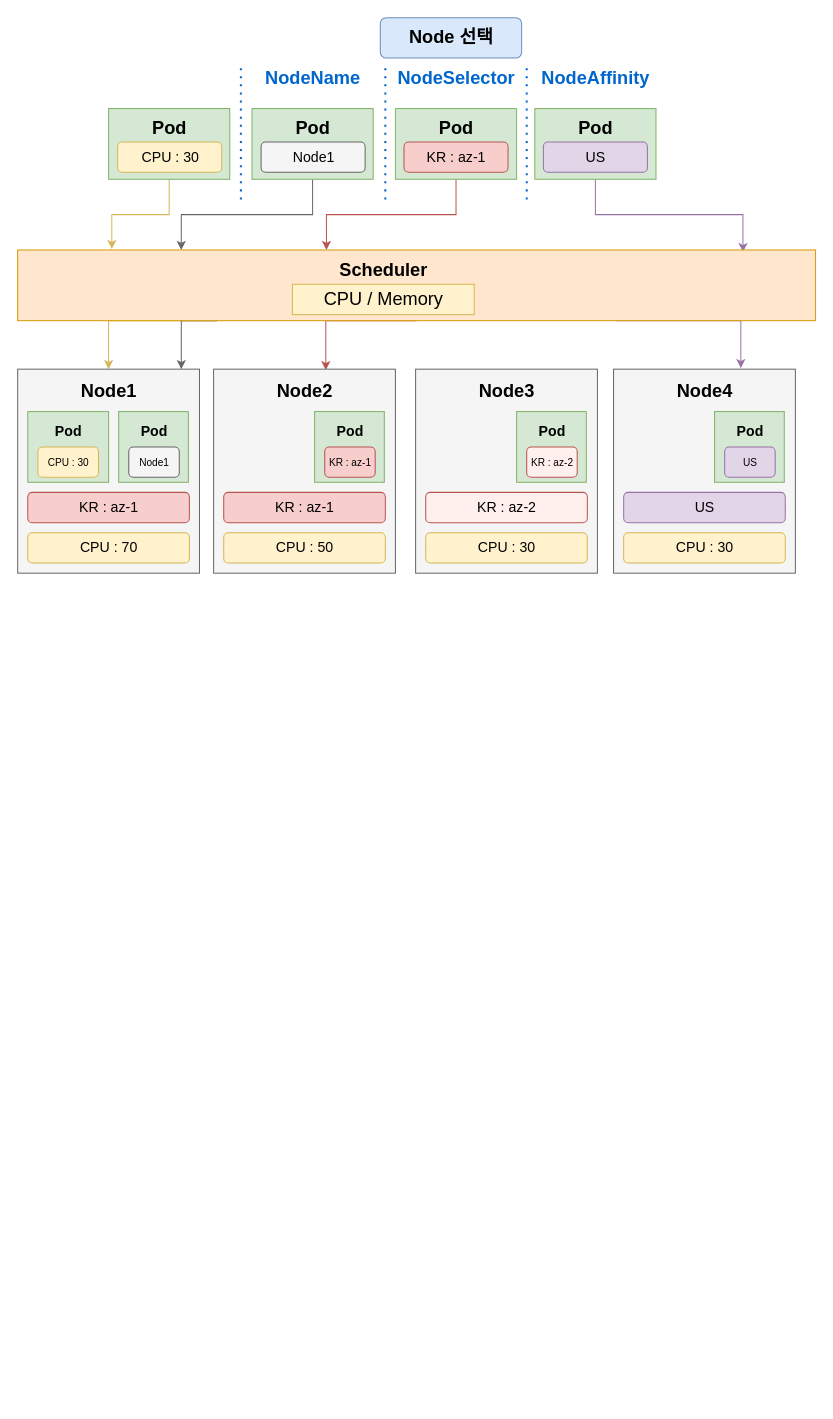
parkwonseok/Algorithm keeps this draw.io diagram as Untitled Diagram.drawio. Above is the earlier version. Source tidied: cells renumbered, new cells numbered last; positions are measured from the earlier drawing's top-left corner, leaving out a move shared by most shapes. Both pictures are drawn from the tidied source at 101%, with x=0, y=0 at pixel (17, 17).
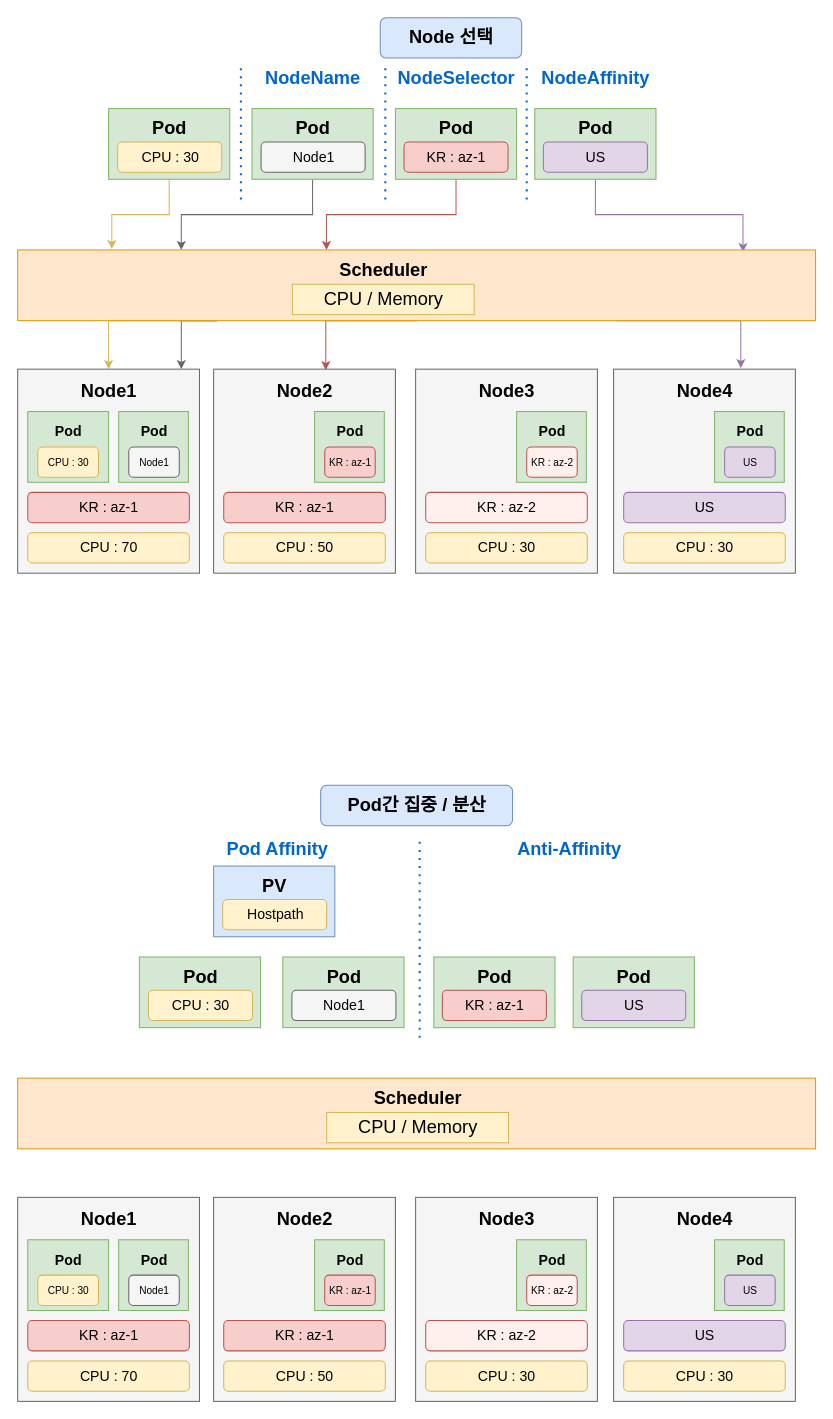
After the change.

Diff of the diagram source:
```diff
@@
+    <mxCell id="82" style="rounded=1;whiteSpace=wrap;html=1;fontSize=24;fillColor=#dae8fc;strokeColor=#6c8ebf;" parent="1" vertex="1">
+      <mxGeometry x="300" y="760" width="190" height="40" as="geometry" />
+    </mxCell>
+    <mxCell id="83" value="&lt;font color=&quot;#0066cc&quot;&gt;&lt;span style=&quot;font-size: 18px&quot;&gt;&lt;b&gt;Pod Affinity&lt;/b&gt;&lt;/span&gt;&lt;/font&gt;" style="text;html=1;align=center;verticalAlign=middle;fillColor=none;strokeColor=none;rounded=0;" parent="1" vertex="1">
+      <mxGeometry x="197" y="814" width="120" height="20" as="geometry" />
+    </mxCell>
+    <mxCell id="84" value="&lt;b&gt;&lt;font style=&quot;font-size: 18px&quot; color=&quot;#0066cc&quot;&gt;Anti-Affinity&lt;/font&gt;&lt;/b&gt;" style="text;html=1;align=center;verticalAlign=middle;fillColor=none;strokeColor=none;rounded=0;" parent="1" vertex="1">
+      <mxGeometry x="485.5" y="814" width="120" height="20" as="geometry" />
+    </mxCell>
+    <mxCell id="85" style="endArrow=none;dashed=1;html=1;dashPattern=1 3;strokeWidth=2;rounded=0;fontSize=18;fontColor=#0066CC;strokeColor=#0066CC;" parent="1" edge="1">
+      <mxGeometry relative="1" as="geometry">
+        <mxPoint x="398" y="1010" as="sourcePoint" />
+        <mxPoint x="398" y="810" as="targetPoint" />
+      </mxGeometry>
+    </mxCell>
+    <mxCell id="86" style="rounded=0;whiteSpace=wrap;html=1;fontSize=18;fillColor=#d5e8d4;strokeColor=#82b366;" parent="1" vertex="1">
+      <mxGeometry x="412" y="930" width="120" height="70" as="geometry" />
+    </mxCell>
+    <mxCell id="87" style="rounded=0;whiteSpace=wrap;html=1;fontSize=18;fillColor=#d5e8d4;strokeColor=#82b366;" parent="1" vertex="1">
+      <mxGeometry x="262.5" y="930" width="120" height="70" as="geometry" />
+    </mxCell>
+    <mxCell id="88" style="rounded=0;whiteSpace=wrap;html=1;fontSize=18;fillColor=#d5e8d4;strokeColor=#82b366;" parent="1" vertex="1">
+      <mxGeometry x="550" y="930" width="120" height="70" as="geometry" />
+    </mxCell>
+    <mxCell id="89" value="&lt;b&gt;&lt;font style=&quot;font-size: 18px&quot;&gt;Pod&lt;/font&gt;&lt;/b&gt;" style="text;html=1;align=center;verticalAlign=middle;fillColor=none;strokeColor=none;rounded=0;" parent="1" vertex="1">
+      <mxGeometry x="447" y="940" width="50" height="20" as="geometry" />
+    </mxCell>
+    <mxCell id="90" value="&lt;b&gt;&lt;font style=&quot;font-size: 18px&quot;&gt;Pod&lt;/font&gt;&lt;/b&gt;" style="text;html=1;align=center;verticalAlign=middle;fillColor=none;strokeColor=none;rounded=0;" parent="1" vertex="1">
+      <mxGeometry x="297.5" y="940" width="50" height="20" as="geometry" />
+    </mxCell>
+    <mxCell id="91" value="&lt;b&gt;&lt;font style=&quot;font-size: 18px&quot;&gt;Pod&lt;/font&gt;&lt;/b&gt;" style="text;html=1;align=center;verticalAlign=middle;fillColor=none;strokeColor=none;rounded=0;" parent="1" vertex="1">
+      <mxGeometry x="585" y="940" width="50" height="20" as="geometry" />
+    </mxCell>
+    <mxCell id="92" value="&lt;span style=&quot;font-size: 18px&quot;&gt;&lt;b&gt;Pod간 집중 / 분산&lt;/b&gt;&lt;/span&gt;" style="text;html=1;align=center;verticalAlign=middle;fillColor=none;strokeColor=none;rounded=0;" parent="1" vertex="1">
+      <mxGeometry x="315" y="770" width="160" height="20" as="geometry" />
+    </mxCell>
+    <mxCell id="93" style="rounded=0;whiteSpace=wrap;html=1;fontSize=18;fillColor=#ffe6cc;strokeColor=#d79b00;" parent="1" vertex="1">
+      <mxGeometry y="1050" width="790" height="70" as="geometry" />
+    </mxCell>
+    <mxCell id="94" value="&lt;b&gt;&lt;font style=&quot;font-size: 18px&quot;&gt;Scheduler&lt;/font&gt;&lt;/b&gt;" style="text;html=1;align=center;verticalAlign=middle;fillColor=none;strokeColor=none;rounded=0;" parent="1" vertex="1">
+      <mxGeometry x="346" y="1060" width="100" height="20" as="geometry" />
+    </mxCell>
+    <mxCell id="95" style="rounded=0;whiteSpace=wrap;html=1;fontSize=18;fillColor=#fff2cc;strokeColor=#d6b656;" parent="1" vertex="1">
+      <mxGeometry x="306" y="1084" width="180" height="30" as="geometry" />
+    </mxCell>
+    <mxCell id="96" value="&lt;font style=&quot;font-size: 18px&quot;&gt;CPU / Memory&lt;/font&gt;" style="text;html=1;align=center;verticalAlign=middle;fillColor=none;strokeColor=none;rounded=0;" parent="1" vertex="1">
+      <mxGeometry x="331" y="1089" width="130" height="20" as="geometry" />
+    </mxCell>
+    <mxCell id="97" style="rounded=0;whiteSpace=wrap;html=1;fontSize=18;fontColor=#333333;fillColor=#f5f5f5;strokeColor=#666666;" parent="1" vertex="1">
+      <mxGeometry y="1168" width="180" height="202" as="geometry" />
+    </mxCell>
+    <mxCell id="98" value="&lt;b&gt;&lt;font style=&quot;font-size: 18px&quot;&gt;Node1&lt;/font&gt;&lt;/b&gt;" style="text;html=1;align=center;verticalAlign=middle;fillColor=none;strokeColor=none;rounded=0;" parent="1" vertex="1">
+      <mxGeometry x="55" y="1180" width="70" height="20" as="geometry" />
+    </mxCell>
+    <mxCell id="99" style="rounded=1;whiteSpace=wrap;html=1;fontSize=18;fillColor=#f5f5f5;strokeColor=#666666;fontColor=#333333;" parent="1" vertex="1">
+      <mxGeometry x="271.5" y="963" width="103" height="30" as="geometry" />
+    </mxCell>
+    <mxCell id="100" value="&lt;font style=&quot;font-size: 14px&quot;&gt;Node1&lt;/font&gt;" style="text;html=1;align=center;verticalAlign=middle;fillColor=none;strokeColor=none;rounded=0;" parent="1" vertex="1">
+      <mxGeometry x="293" y="968" width="60" height="20" as="geometry" />
+    </mxCell>
+    <mxCell id="101" style="rounded=1;whiteSpace=wrap;html=1;fontSize=18;fillColor=#f8cecc;strokeColor=#b85450;" parent="1" vertex="1">
+      <mxGeometry x="420.5" y="963" width="103" height="30" as="geometry" />
+    </mxCell>
+    <mxCell id="102" value="&lt;font style=&quot;font-size: 14px&quot;&gt;KR : az-1&lt;/font&gt;" style="text;html=1;align=center;verticalAlign=middle;fillColor=none;strokeColor=none;rounded=0;" parent="1" vertex="1">
+      <mxGeometry x="437" y="968" width="70" height="20" as="geometry" />
+    </mxCell>
+    <mxCell id="103" style="rounded=1;whiteSpace=wrap;html=1;fontSize=18;fillColor=#e1d5e7;strokeColor=#9673a6;" parent="1" vertex="1">
+      <mxGeometry x="558.5" y="963" width="103" height="30" as="geometry" />
+    </mxCell>
+    <mxCell id="104" value="&lt;font style=&quot;font-size: 14px&quot;&gt;US&lt;/font&gt;" style="text;html=1;align=center;verticalAlign=middle;fillColor=none;strokeColor=none;rounded=0;" parent="1" vertex="1">
+      <mxGeometry x="595" y="968" width="30" height="20" as="geometry" />
+    </mxCell>
+    <mxCell id="105" style="rounded=0;whiteSpace=wrap;html=1;fontSize=18;fillColor=#d5e8d4;strokeColor=#82b366;" parent="1" vertex="1">
+      <mxGeometry x="100" y="1210" width="69" height="70" as="geometry" />
+    </mxCell>
+    <mxCell id="106" value="&lt;b&gt;&lt;font style=&quot;font-size: 14px&quot;&gt;Pod&lt;/font&gt;&lt;/b&gt;" style="text;html=1;align=center;verticalAlign=middle;fillColor=none;strokeColor=none;rounded=0;" parent="1" vertex="1">
+      <mxGeometry x="115" y="1220" width="40" height="20" as="geometry" />
+    </mxCell>
+    <mxCell id="107" style="rounded=1;whiteSpace=wrap;html=1;fontSize=18;fillColor=#f5f5f5;strokeColor=#666666;fontColor=#333333;" parent="1" vertex="1">
+      <mxGeometry x="110" y="1245" width="50" height="30" as="geometry" />
+    </mxCell>
+    <mxCell id="108" value="&lt;font style=&quot;font-size: 10px&quot;&gt;Node1&lt;/font&gt;" style="text;html=1;align=center;verticalAlign=middle;fillColor=none;strokeColor=none;rounded=0;" parent="1" vertex="1">
+      <mxGeometry x="115" y="1250" width="40" height="20" as="geometry" />
+    </mxCell>
+    <mxCell id="109" style="rounded=1;whiteSpace=wrap;html=1;fontSize=18;fillColor=#f8cecc;strokeColor=#b85450;" parent="1" vertex="1">
+      <mxGeometry x="10" y="1290" width="160" height="30" as="geometry" />
+    </mxCell>
+    <mxCell id="110" value="&lt;font style=&quot;font-size: 14px&quot;&gt;KR : az-1&lt;/font&gt;" style="text;html=1;align=center;verticalAlign=middle;fillColor=none;strokeColor=none;rounded=0;" parent="1" vertex="1">
+      <mxGeometry x="55" y="1295" width="70" height="20" as="geometry" />
+    </mxCell>
+    <mxCell id="111" style="rounded=0;whiteSpace=wrap;html=1;fontSize=18;fillColor=#d5e8d4;strokeColor=#82b366;" parent="1" vertex="1">
+      <mxGeometry x="120.5" y="930" width="120" height="70" as="geometry" />
+    </mxCell>
+    <mxCell id="112" value="&lt;b&gt;&lt;font style=&quot;font-size: 18px&quot;&gt;Pod&lt;/font&gt;&lt;/b&gt;" style="text;html=1;align=center;verticalAlign=middle;fillColor=none;strokeColor=none;rounded=0;" parent="1" vertex="1">
+      <mxGeometry x="155.5" y="940" width="50" height="20" as="geometry" />
+    </mxCell>
+    <mxCell id="113" style="rounded=1;whiteSpace=wrap;html=1;fontSize=18;fillColor=#fff2cc;strokeColor=#d6b656;" parent="1" vertex="1">
+      <mxGeometry x="129.5" y="963" width="103" height="30" as="geometry" />
+    </mxCell>
+    <mxCell id="114" value="&lt;font style=&quot;font-size: 14px&quot;&gt;CPU : 30&lt;/font&gt;" style="text;html=1;align=center;verticalAlign=middle;fillColor=none;strokeColor=none;rounded=0;" parent="1" vertex="1">
+      <mxGeometry x="146" y="968" width="70" height="20" as="geometry" />
+    </mxCell>
+    <mxCell id="115" style="rounded=1;whiteSpace=wrap;html=1;fontSize=18;fillColor=#fff2cc;strokeColor=#d6b656;" parent="1" vertex="1">
+      <mxGeometry x="10" y="1330" width="160" height="30" as="geometry" />
+    </mxCell>
+    <mxCell id="116" value="&lt;font style=&quot;font-size: 14px&quot;&gt;CPU : 70&lt;/font&gt;" style="text;html=1;align=center;verticalAlign=middle;fillColor=none;strokeColor=none;rounded=0;" parent="1" vertex="1">
+      <mxGeometry x="55" y="1335" width="70" height="20" as="geometry" />
+    </mxCell>
+    <mxCell id="117" style="rounded=0;whiteSpace=wrap;html=1;fontSize=18;fillColor=#d5e8d4;strokeColor=#82b366;" parent="1" vertex="1">
+      <mxGeometry x="10" y="1210" width="80" height="70" as="geometry" />
+    </mxCell>
+    <mxCell id="118" value="&lt;b&gt;&lt;font style=&quot;font-size: 14px&quot;&gt;Pod&lt;/font&gt;&lt;/b&gt;" style="text;html=1;align=center;verticalAlign=middle;fillColor=none;strokeColor=none;rounded=0;" parent="1" vertex="1">
+      <mxGeometry x="30" y="1220" width="40" height="20" as="geometry" />
+    </mxCell>
+    <mxCell id="119" style="rounded=1;whiteSpace=wrap;html=1;fontSize=18;fillColor=#fff2cc;strokeColor=#d6b656;" parent="1" vertex="1">
+      <mxGeometry x="20" y="1245" width="60" height="30" as="geometry" />
+    </mxCell>
+    <mxCell id="120" value="&lt;font style=&quot;font-size: 10px&quot;&gt;CPU : 30&lt;/font&gt;" style="text;html=1;align=center;verticalAlign=middle;fillColor=none;strokeColor=none;rounded=0;" parent="1" vertex="1">
+      <mxGeometry x="20" y="1250" width="60" height="20" as="geometry" />
+    </mxCell>
+    <mxCell id="121" style="rounded=0;whiteSpace=wrap;html=1;fontSize=18;fontColor=#333333;fillColor=#f5f5f5;strokeColor=#666666;" parent="1" vertex="1">
+      <mxGeometry x="194" y="1168" width="180" height="202" as="geometry" />
+    </mxCell>
+    <mxCell id="122" value="&lt;b&gt;&lt;font style=&quot;font-size: 18px&quot;&gt;Node2&lt;/font&gt;&lt;/b&gt;" style="text;html=1;align=center;verticalAlign=middle;fillColor=none;strokeColor=none;rounded=0;" parent="1" vertex="1">
+      <mxGeometry x="249" y="1180" width="70" height="20" as="geometry" />
+    </mxCell>
+    <mxCell id="123" style="rounded=0;whiteSpace=wrap;html=1;fontSize=18;fillColor=#d5e8d4;strokeColor=#82b366;" parent="1" vertex="1">
+      <mxGeometry x="294" y="1210" width="69" height="70" as="geometry" />
+    </mxCell>
+    <mxCell id="124" value="&lt;b&gt;&lt;font style=&quot;font-size: 14px&quot;&gt;Pod&lt;/font&gt;&lt;/b&gt;" style="text;html=1;align=center;verticalAlign=middle;fillColor=none;strokeColor=none;rounded=0;" parent="1" vertex="1">
+      <mxGeometry x="309" y="1220" width="40" height="20" as="geometry" />
+    </mxCell>
+    <mxCell id="125" style="rounded=1;whiteSpace=wrap;html=1;fontSize=18;fillColor=#f8cecc;strokeColor=#b85450;" parent="1" vertex="1">
+      <mxGeometry x="304" y="1245" width="50" height="30" as="geometry" />
+    </mxCell>
+    <mxCell id="126" value="&lt;font style=&quot;font-size: 10px&quot;&gt;KR : az-1&lt;/font&gt;" style="text;html=1;align=center;verticalAlign=middle;fillColor=none;strokeColor=none;rounded=0;" parent="1" vertex="1">
+      <mxGeometry x="299" y="1250" width="60" height="20" as="geometry" />
+    </mxCell>
+    <mxCell id="127" style="rounded=1;whiteSpace=wrap;html=1;fontSize=18;fillColor=#f8cecc;strokeColor=#b85450;" parent="1" vertex="1">
+      <mxGeometry x="204" y="1290" width="160" height="30" as="geometry" />
+    </mxCell>
+    <mxCell id="128" value="&lt;font style=&quot;font-size: 14px&quot;&gt;KR : az-1&lt;/font&gt;" style="text;html=1;align=center;verticalAlign=middle;fillColor=none;strokeColor=none;rounded=0;" parent="1" vertex="1">
+      <mxGeometry x="249" y="1295" width="70" height="20" as="geometry" />
+    </mxCell>
+    <mxCell id="129" style="rounded=1;whiteSpace=wrap;html=1;fontSize=18;fillColor=#fff2cc;strokeColor=#d6b656;" parent="1" vertex="1">
+      <mxGeometry x="204" y="1330" width="160" height="30" as="geometry" />
+    </mxCell>
+    <mxCell id="130" value="&lt;font style=&quot;font-size: 14px&quot;&gt;CPU : 50&lt;/font&gt;" style="text;html=1;align=center;verticalAlign=middle;fillColor=none;strokeColor=none;rounded=0;" parent="1" vertex="1">
+      <mxGeometry x="249" y="1335" width="70" height="20" as="geometry" />
+    </mxCell>
+    <mxCell id="131" style="rounded=0;whiteSpace=wrap;html=1;fontSize=18;fontColor=#333333;fillColor=#f5f5f5;strokeColor=#666666;" parent="1" vertex="1">
+      <mxGeometry x="394" y="1168" width="180" height="202" as="geometry" />
+    </mxCell>
+    <mxCell id="132" value="&lt;b&gt;&lt;font style=&quot;font-size: 18px&quot;&gt;Node3&lt;/font&gt;&lt;/b&gt;" style="text;html=1;align=center;verticalAlign=middle;fillColor=none;strokeColor=none;rounded=0;" parent="1" vertex="1">
+      <mxGeometry x="449" y="1180" width="70" height="20" as="geometry" />
+    </mxCell>
+    <mxCell id="133" style="rounded=0;whiteSpace=wrap;html=1;fontSize=18;fillColor=#d5e8d4;strokeColor=#82b366;" parent="1" vertex="1">
+      <mxGeometry x="494" y="1210" width="69" height="70" as="geometry" />
+    </mxCell>
+    <mxCell id="134" value="&lt;b&gt;&lt;font style=&quot;font-size: 14px&quot;&gt;Pod&lt;/font&gt;&lt;/b&gt;" style="text;html=1;align=center;verticalAlign=middle;fillColor=none;strokeColor=none;rounded=0;" parent="1" vertex="1">
+      <mxGeometry x="509" y="1220" width="40" height="20" as="geometry" />
+    </mxCell>
+    <mxCell id="135" style="rounded=1;whiteSpace=wrap;html=1;fontSize=18;fillColor=#FFEFED;strokeColor=#b85450;" parent="1" vertex="1">
+      <mxGeometry x="504" y="1245" width="50" height="30" as="geometry" />
+    </mxCell>
+    <mxCell id="136" value="&lt;font style=&quot;font-size: 10px&quot;&gt;KR : az-2&lt;/font&gt;" style="text;html=1;align=center;verticalAlign=middle;fillColor=none;strokeColor=none;rounded=0;" parent="1" vertex="1">
+      <mxGeometry x="499" y="1250" width="60" height="20" as="geometry" />
+    </mxCell>
+    <mxCell id="137" style="rounded=1;whiteSpace=wrap;html=1;fontSize=18;fillColor=#FFEFED;strokeColor=#b85450;" parent="1" vertex="1">
+      <mxGeometry x="404" y="1290" width="160" height="30" as="geometry" />
+    </mxCell>
+    <mxCell id="138" value="&lt;font style=&quot;font-size: 14px&quot;&gt;KR : az-2&lt;/font&gt;" style="text;html=1;align=center;verticalAlign=middle;fillColor=none;strokeColor=none;rounded=0;" parent="1" vertex="1">
+      <mxGeometry x="449" y="1295" width="70" height="20" as="geometry" />
+    </mxCell>
+    <mxCell id="139" style="rounded=1;whiteSpace=wrap;html=1;fontSize=18;fillColor=#fff2cc;strokeColor=#d6b656;" parent="1" vertex="1">
+      <mxGeometry x="404" y="1330" width="160" height="30" as="geometry" />
+    </mxCell>
+    <mxCell id="140" value="&lt;font style=&quot;font-size: 14px&quot;&gt;CPU : 30&lt;/font&gt;" style="text;html=1;align=center;verticalAlign=middle;fillColor=none;strokeColor=none;rounded=0;" parent="1" vertex="1">
+      <mxGeometry x="449" y="1335" width="70" height="20" as="geometry" />
+    </mxCell>
+    <mxCell id="141" style="rounded=0;whiteSpace=wrap;html=1;fontSize=18;fontColor=#333333;fillColor=#f5f5f5;strokeColor=#666666;" parent="1" vertex="1">
+      <mxGeometry x="590" y="1168" width="180" height="202" as="geometry" />
+    </mxCell>
+    <mxCell id="142" value="&lt;b&gt;&lt;font style=&quot;font-size: 18px&quot;&gt;Node4&lt;/font&gt;&lt;/b&gt;" style="text;html=1;align=center;verticalAlign=middle;fillColor=none;strokeColor=none;rounded=0;" parent="1" vertex="1">
+      <mxGeometry x="645" y="1180" width="70" height="20" as="geometry" />
+    </mxCell>
+    <mxCell id="143" style="rounded=0;whiteSpace=wrap;html=1;fontSize=18;fillColor=#d5e8d4;strokeColor=#82b366;" parent="1" vertex="1">
+      <mxGeometry x="690" y="1210" width="69" height="70" as="geometry" />
+    </mxCell>
+    <mxCell id="144" value="&lt;b&gt;&lt;font style=&quot;font-size: 14px&quot;&gt;Pod&lt;/font&gt;&lt;/b&gt;" style="text;html=1;align=center;verticalAlign=middle;fillColor=none;strokeColor=none;rounded=0;" parent="1" vertex="1">
+      <mxGeometry x="705" y="1220" width="40" height="20" as="geometry" />
+    </mxCell>
+    <mxCell id="145" style="rounded=1;whiteSpace=wrap;html=1;fontSize=18;fillColor=#e1d5e7;strokeColor=#9673a6;" parent="1" vertex="1">
+      <mxGeometry x="700" y="1245" width="50" height="30" as="geometry" />
+    </mxCell>
+    <mxCell id="146" value="&lt;font style=&quot;font-size: 10px&quot;&gt;US&lt;/font&gt;" style="text;html=1;align=center;verticalAlign=middle;fillColor=none;strokeColor=none;rounded=0;" parent="1" vertex="1">
+      <mxGeometry x="710" y="1250" width="30" height="20" as="geometry" />
+    </mxCell>
+    <mxCell id="147" style="rounded=1;whiteSpace=wrap;html=1;fontSize=18;fillColor=#e1d5e7;strokeColor=#9673a6;" parent="1" vertex="1">
+      <mxGeometry x="600" y="1290" width="160" height="30" as="geometry" />
+    </mxCell>
+    <mxCell id="148" value="&lt;span style=&quot;font-size: 14px&quot;&gt;US&lt;/span&gt;" style="text;html=1;align=center;verticalAlign=middle;fillColor=none;strokeColor=none;rounded=0;" parent="1" vertex="1">
+      <mxGeometry x="665" y="1295" width="30" height="20" as="geometry" />
+    </mxCell>
+    <mxCell id="149" style="rounded=1;whiteSpace=wrap;html=1;fontSize=18;fillColor=#fff2cc;strokeColor=#d6b656;" parent="1" vertex="1">
+      <mxGeometry x="600" y="1330" width="160" height="30" as="geometry" />
+    </mxCell>
+    <mxCell id="150" value="&lt;font style=&quot;font-size: 14px&quot;&gt;CPU : 30&lt;/font&gt;" style="text;html=1;align=center;verticalAlign=middle;fillColor=none;strokeColor=none;rounded=0;" parent="1" vertex="1">
+      <mxGeometry x="645" y="1335" width="70" height="20" as="geometry" />
+    </mxCell>
+    <mxCell id="151" style="rounded=0;whiteSpace=wrap;html=1;fontSize=18;fillColor=#dae8fc;strokeColor=#6c8ebf;" parent="1" vertex="1">
+      <mxGeometry x="194" y="840" width="120" height="70" as="geometry" />
+    </mxCell>
+    <mxCell id="152" value="&lt;b&gt;&lt;font style=&quot;font-size: 18px&quot;&gt;PV&lt;/font&gt;&lt;/b&gt;" style="text;html=1;align=center;verticalAlign=middle;fillColor=none;strokeColor=none;rounded=0;" parent="1" vertex="1">
+      <mxGeometry x="234" y="850" width="40" height="20" as="geometry" />
+    </mxCell>
+    <mxCell id="153" style="rounded=1;whiteSpace=wrap;html=1;fontSize=18;fillColor=#fff2cc;strokeColor=#d6b656;" parent="1" vertex="1">
+      <mxGeometry x="203" y="873" width="103" height="30" as="geometry" />
+    </mxCell>
+    <mxCell id="154" value="&lt;font style=&quot;font-size: 14px&quot;&gt;Hostpath&lt;/font&gt;" style="text;html=1;align=center;verticalAlign=middle;fillColor=none;strokeColor=none;rounded=0;" parent="1" vertex="1">
+      <mxGeometry x="219.5" y="878" width="70" height="20" as="geometry" />
+    </mxCell>
```
